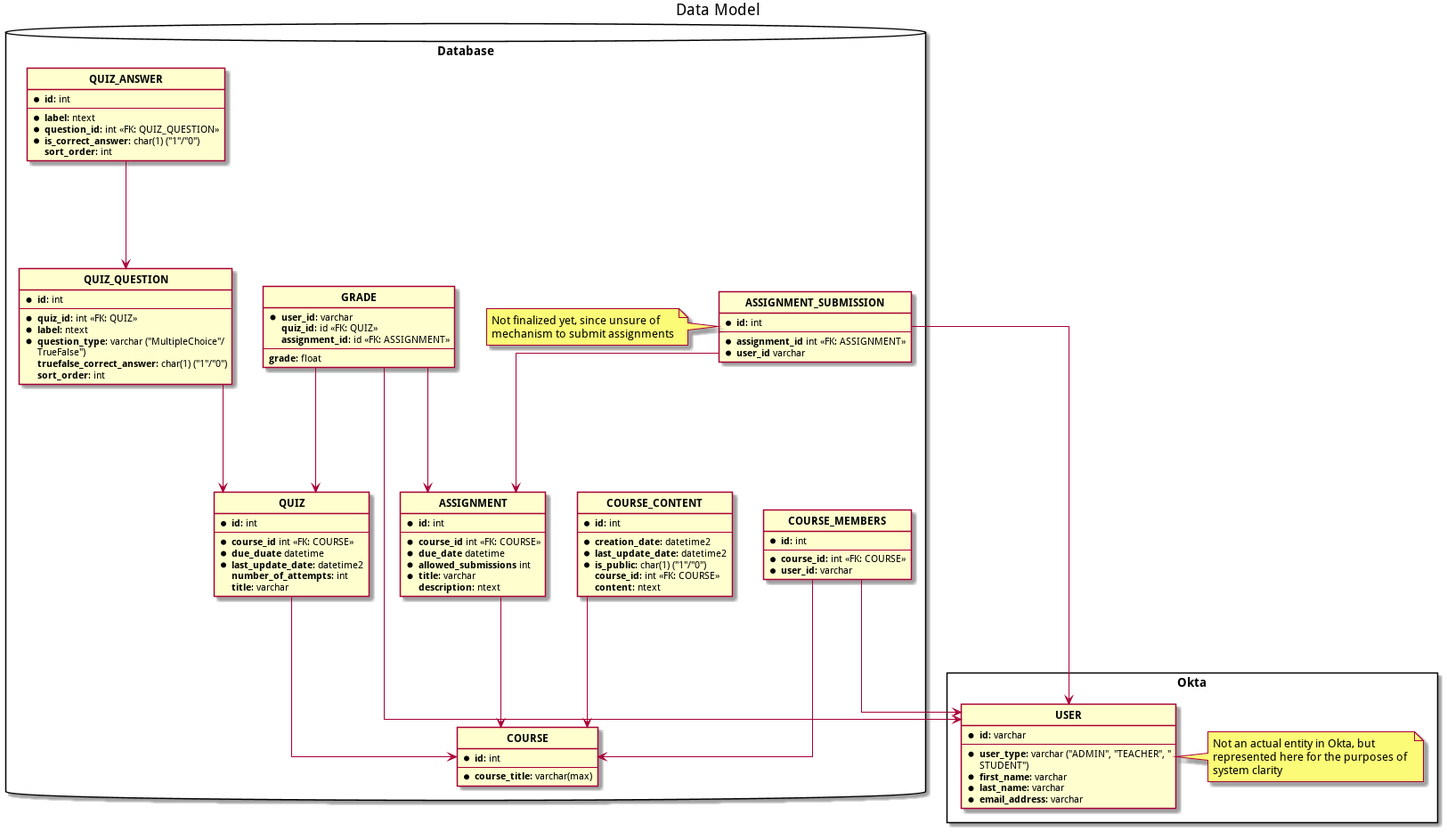
Above: output/ERDiagram.png in lightbulb-lms/documentation (PlantUML), before the change. The source it was exported from:
```plantuml
@startuml
skinparam WrapWidth 250
skinparam MaxMessageSize 250
title Data Model

hide circle

skinparam linetype ortho

package Okta <<Rectangle>> {
    entity "**USER**" as u {
        * **id**: varchar
        --
        * **user_type**: varchar ("ADMIN", "TEACHER", "STUDENT")
        * **first_name**: varchar
        * **last_name**: varchar
        * **email_address**: varchar
    }
    note right
        Not an actual entity in Okta, but represented here for the purposes of system clarity
    end note
}

package Database <<Database>> {
    entity "**COURSE**" as c {
        * **id**: int
        --
        * **course_title**: varchar(max)
    }

    entity "**COURSE_MEMBERS**" as cm {
        * **id**: int
        --
        * **course_id**: int <<FK: COURSE>>
        * **user_id**: varchar
    }

    entity "**COURSE_CONTENT**" as cc {
        * **id**: int
        --
        * **creation_date**: datetime2
        * **last_update_date**: datetime2
        * **is_public**: char(1) ("1"/"0")
        **course_id**: int <<FK: COURSE>>
        **content**: ntext
    }

    entity "**QUIZ**" as q {
        * **id**: int
        --
        * **course_id** int <<FK: COURSE>>
        * **due_duate** datetime
        * **last_update_date**: datetime2
        **number_of_attempts**: int
        **title**: varchar
    }

    entity "**QUIZ_QUESTION**" as qq {
        * **id**: int
        --
        * **quiz_id**: int <<FK: QUIZ>>
        * **label**: ntext
        * **question_type**: varchar ("MultipleChoice"/TrueFalse")
        **truefalse_correct_answer**: char(1) ("1"/"0")
        **sort_order**: int
    }

    entity "**QUIZ_ANSWER**" as qa {
        * **id**: int
        --
        * **label**: ntext
        * **question_id**: int <<FK: QUIZ_QUESTION>>
        * **is_correct_answer**: char(1) ("1"/"0")
        **sort_order**: int
    }

    entity "**ASSIGNMENT**" as a {
        * **id**: int
        --
        * **course_id** int <<FK: COURSE>>
        * **due_date** datetime
        * **allowed_submissions** int
        * **title**: varchar
        **description**: ntext
    }

    entity "**ASSIGNMENT_SUBMISSION**" as as {
        * **id**: int
        --
        * **assignment_id** int <<FK: ASSIGNMENT>>
        * **user_id** varchar
    }
    note left
        Not finalized yet, since unsure of mechanism to submit assignments
    end note

    entity "**GRADE**" as g {
        * **user_id**: varchar
        **quiz_id**: id <<FK: QUIZ>>
        **assignment_id**: id <<FK: ASSIGNMENT>>
        --
        **grade**: float
    }
}

cm ---> u
cm ---> c
cc ---> c
q ---> c
qq ---> q
qa ---> qq
a ---> c
as ---> a
as ---> u
g ---> u
g ---> q
g ---> a
@enduml
```
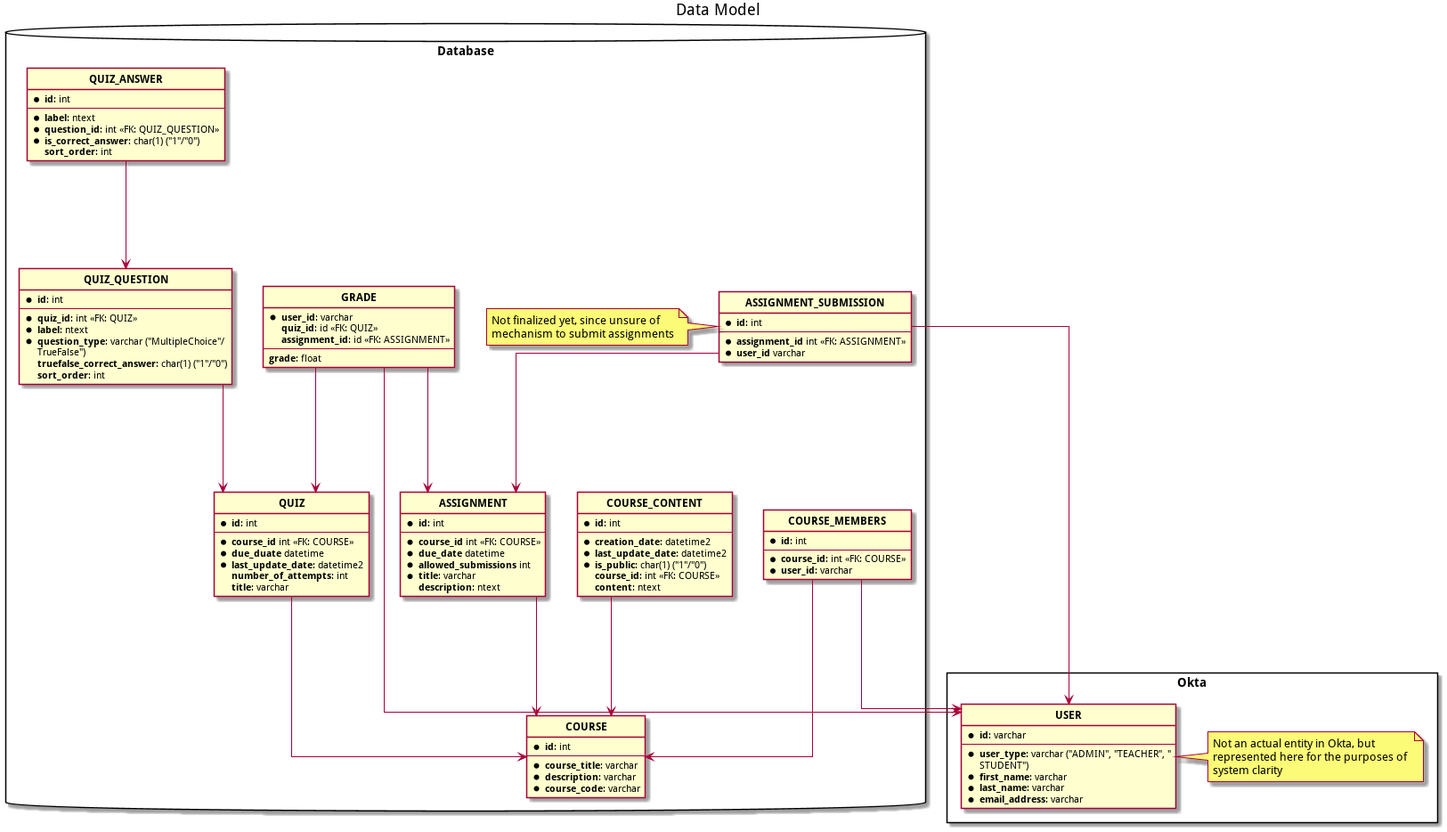
After the commit.

Change to the diagram source:
```diff
@@ -25,7 +25,9 @@
     entity "**COURSE**" as c {
         * **id**: int
         --
-        * **course_title**: varchar(max)
+        * **course_title**: varchar
+        * **description**: varchar
+        * **course_code**: varchar
     }
 
     entity "**COURSE_MEMBERS**" as cm {
```
